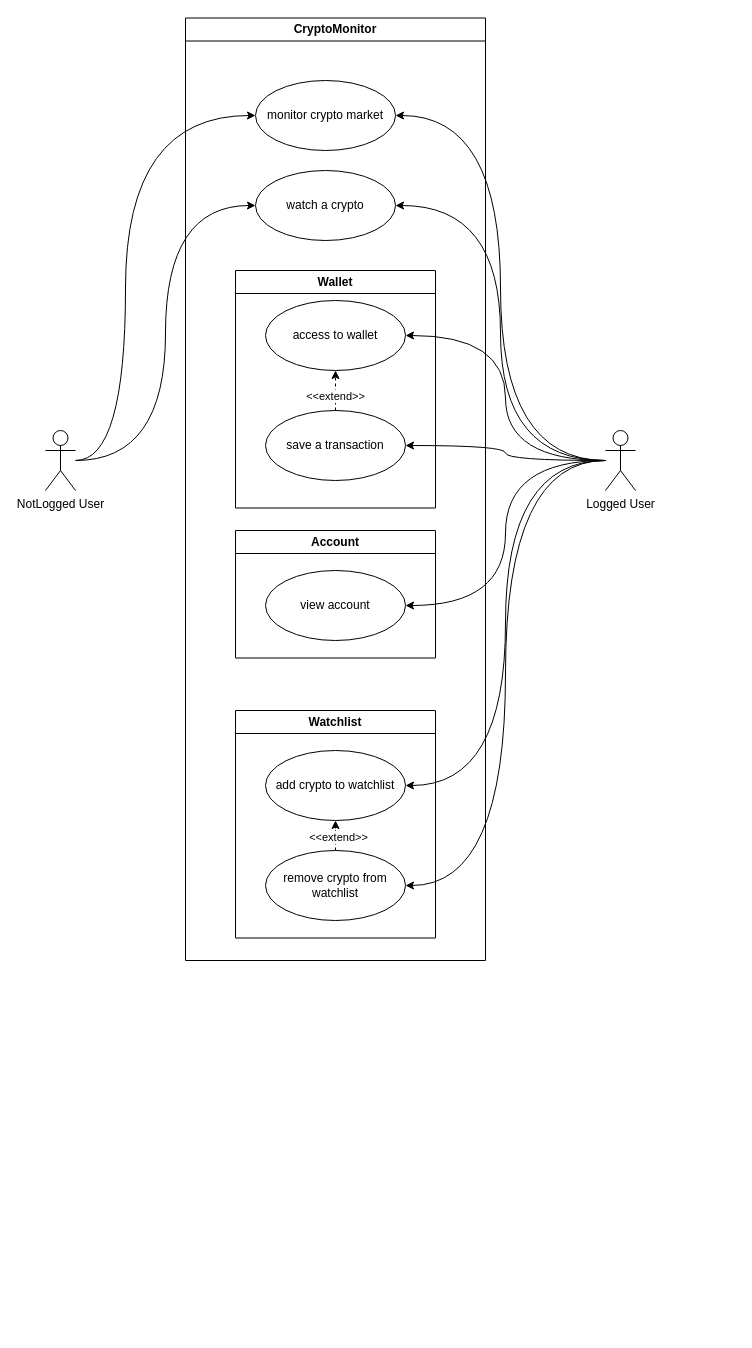
Before: diagrams/usecase/usecase-generical.drawio in CryptoMonitorASW-SPE/documentation, a draw.io diagram. Source tidied: cells renumbered, new cells numbered last; positions are measured from the earlier drawing's top-left corner, leaving out a move shared by most shapes. Both pictures are drawn from the tidied source at 100%, with x=0, y=0 at pixel (45, 18).
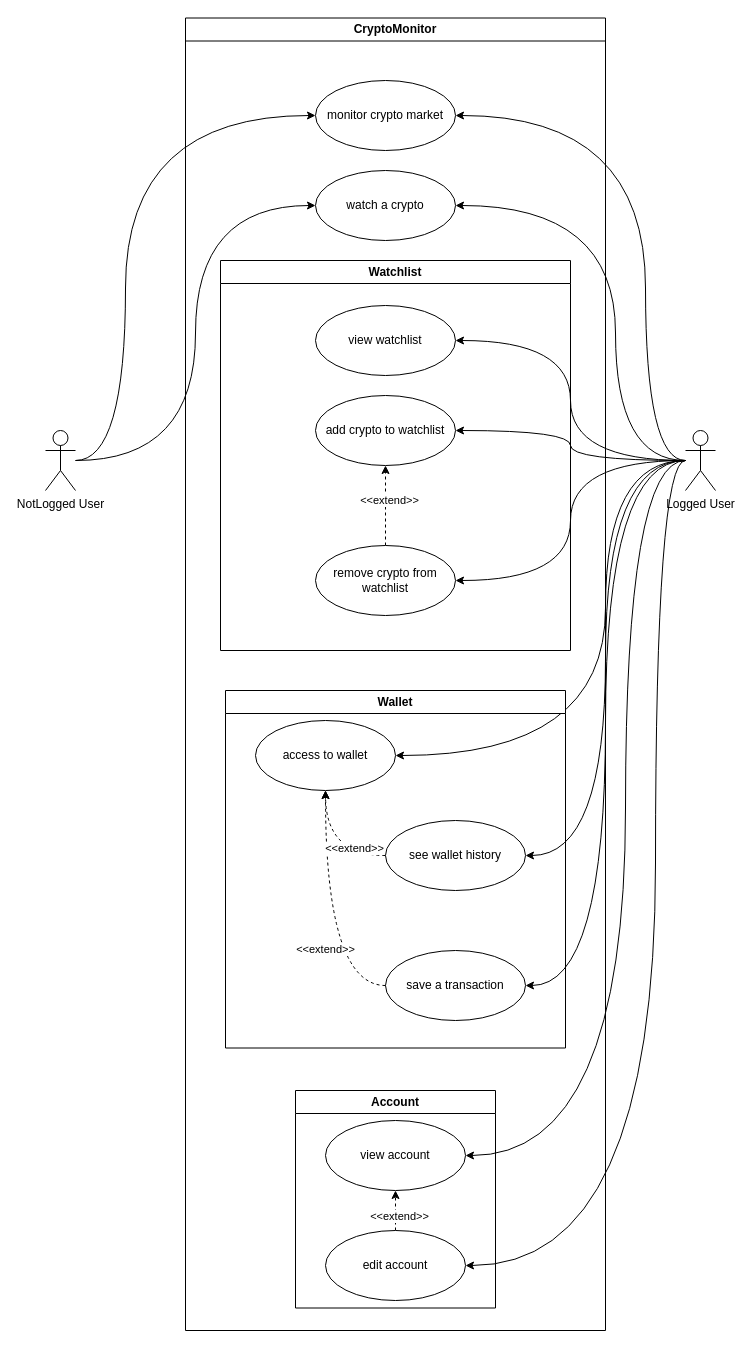
Above is the later version.

Commit message:
docs: update usecase-generical diagram

The change refers to these unchanged cells:
```xml
<mxCell id="17" value="access to wallet" style="ellipse;whiteSpace=wrap;html=1;" parent="16" vertex="1">
  <mxGeometry x="30" y="30" width="140" height="70" as="geometry" />
</mxCell>
<mxCell id="25" style="edgeStyle=orthogonalEdgeStyle;rounded=0;jettySize=auto;html=1;entryX=0.5;entryY=1;entryDx=0;entryDy=0;dashed=1;" parent="23" edge="1" source="27" target="24">
  <mxGeometry relative="1" as="geometry" />
</mxCell>
```

What changed in the source:
```diff
@@
+    <mxCell id="28" style="edgeStyle=orthogonalEdgeStyle;rounded=0;jettySize=auto;html=1;entryX=1;entryY=0.5;entryDx=0;entryDy=0;curved=1;" parent="1" edge="1" source="12" target="36">
+      <mxGeometry relative="1" as="geometry">
+        <Array as="points">
+          <mxPoint x="610" y="442" />
+          <mxPoint x="610" y="1247" />
+        </Array>
+      </mxGeometry>
+    </mxCell>
+    <mxCell id="9" style="edgeStyle=orthogonalEdgeStyle;rounded=0;jettySize=auto;html=1;entryX=1;entryY=0.5;entryDx=0;entryDy=0;curved=1;" parent="1" edge="1" source="12" target="22">
+      <mxGeometry relative="1" as="geometry">
+        <Array as="points">
+          <mxPoint x="580" y="442" />
+          <mxPoint x="580" y="1137" />
+        </Array>
+      </mxGeometry>
+    </mxCell>
+    <mxCell id="8" style="edgeStyle=orthogonalEdgeStyle;rounded=0;jettySize=auto;html=1;entryX=1;entryY=0.5;entryDx=0;entryDy=0;curved=1;" parent="1" edge="1" source="12" target="18">
+      <mxGeometry relative="1" as="geometry" />
+    </mxCell>
+    <mxCell id="29" style="edgeStyle=orthogonalEdgeStyle;rounded=0;jettySize=auto;html=1;entryX=1;entryY=0.5;entryDx=0;entryDy=0;curved=1;" parent="1" edge="1" source="12" target="32">
+      <mxGeometry relative="1" as="geometry" />
+    </mxCell>
+    <mxCell id="7" style="edgeStyle=orthogonalEdgeStyle;rounded=0;jettySize=auto;html=1;entryX=1;entryY=0.5;entryDx=0;entryDy=0;curved=1;" parent="1" edge="1" source="12" target="17">
+      <mxGeometry relative="1" as="geometry">
+        <Array as="points">
+          <mxPoint x="560" y="442" />
+          <mxPoint x="560" y="737" />
+        </Array>
+      </mxGeometry>
+    </mxCell>
+    <mxCell id="10" style="edgeStyle=orthogonalEdgeStyle;rounded=0;jettySize=auto;html=1;entryX=1;entryY=0.5;entryDx=0;entryDy=0;curved=1;" parent="1" edge="1" source="12" target="24">
+      <mxGeometry relative="1" as="geometry" />
+    </mxCell>
+    <mxCell id="6" style="edgeStyle=orthogonalEdgeStyle;rounded=0;jettySize=auto;html=1;entryX=1;entryY=0.5;entryDx=0;entryDy=0;curved=1;" parent="1" edge="1" source="12" target="15">
+      <mxGeometry relative="1" as="geometry">
+        <Array as="points">
+          <mxPoint x="570" y="442" />
+          <mxPoint x="570" y="187" />
+        </Array>
+      </mxGeometry>
+    </mxCell>
     <mxCell id="5" style="edgeStyle=orthogonalEdgeStyle;rounded=0;jettySize=auto;html=1;entryX=1;entryY=0.5;entryDx=0;entryDy=0;curved=1;" parent="1" edge="1" source="12" target="14">
-      <mxGeometry relative="1" as="geometry" />
+      <mxGeometry relative="1" as="geometry">
+        <Array as="points">
+          <mxPoint x="600" y="442" />
+          <mxPoint x="600" y="97" />
+        </Array>
+      </mxGeometry>
     </mxCell>
-    <mxCell id="6" style="edgeStyle=orthogonalEdgeStyle;rounded=0;jettySize=auto;html=1;entryX=1;entryY=0.5;entryDx=0;entryDy=0;curved=1;" parent="1" edge="1" source="12" target="15">
-      <mxGeometry relative="1" as="geometry" />
-    </mxCell>
-    <mxCell id="7" style="edgeStyle=orthogonalEdgeStyle;rounded=0;jettySize=auto;html=1;entryX=1;entryY=0.5;entryDx=0;entryDy=0;curved=1;" parent="1" edge="1" source="12" target="17">
-      <mxGeometry relative="1" as="geometry" />
-    </mxCell>
-    <mxCell id="8" style="edgeStyle=orthogonalEdgeStyle;rounded=0;jettySize=auto;html=1;entryX=1;entryY=0.5;entryDx=0;entryDy=0;curved=1;" parent="1" edge="1" source="12" target="18">
-      <mxGeometry relative="1" as="geometry" />
-    </mxCell>
-    <mxCell id="9" style="edgeStyle=orthogonalEdgeStyle;rounded=0;jettySize=auto;html=1;entryX=1;entryY=0.5;entryDx=0;entryDy=0;curved=1;" parent="1" edge="1" source="12" target="22">
-      <mxGeometry relative="1" as="geometry" />
-    </mxCell>
-    <mxCell id="10" style="edgeStyle=orthogonalEdgeStyle;rounded=0;jettySize=auto;html=1;entryX=1;entryY=0.5;entryDx=0;entryDy=0;curved=1;" parent="1" edge="1" source="12" target="24">
-      <mxGeometry relative="1" as="geometry" />
-    </mxCell>
@@
+    <mxCell id="30" style="edgeStyle=orthogonalEdgeStyle;rounded=0;jettySize=auto;html=1;entryX=1;entryY=0.5;entryDx=0;entryDy=0;curved=1;" parent="1" edge="1" source="12" target="38">
+      <mxGeometry relative="1" as="geometry" />
+    </mxCell>
     <mxCell id="12" value="Logged User" style="shape=umlActor;html=1;verticalLabelPosition=bottom;verticalAlign=top;align=center;" parent="1" vertex="1">
-      <mxGeometry x="560" y="412" width="30" height="60" as="geometry" />
+      <mxGeometry x="640" y="412" width="30" height="60" as="geometry" />
     </mxCell>
     <mxCell id="13" value="CryptoMonitor" style="swimlane;whiteSpace=wrap;html=1;" parent="1" vertex="1">
-      <mxGeometry x="140" y="-0.5" width="300" height="942.5" as="geometry" />
+      <mxGeometry x="140" y="-0.5" width="420" height="1312.5" as="geometry" />
     </mxCell>
     <mxCell id="14" value="monitor crypto market" style="ellipse;whiteSpace=wrap;html=1;" parent="13" vertex="1">
-      <mxGeometry x="70" y="62.5" width="140" height="70" as="geometry" />
+      <mxGeometry x="130" y="62.5" width="140" height="70" as="geometry" />
     </mxCell>
     <mxCell id="15" value="watch a crypto" style="ellipse;whiteSpace=wrap;html=1;" parent="13" vertex="1">
-      <mxGeometry x="70" y="152.5" width="140" height="70" as="geometry" />
+      <mxGeometry x="130" y="152.5" width="140" height="70" as="geometry" />
     </mxCell>
     <mxCell id="16" value="Wallet" style="swimlane;whiteSpace=wrap;html=1;" parent="13" vertex="1">
-      <mxGeometry x="50" y="252.5" width="200" height="237.5" as="geometry" />
+      <mxGeometry x="40" y="672.5" width="340" height="357.5" as="geometry" />
     </mxCell>
@@
     <mxCell id="18" value="save a transaction" style="ellipse;whiteSpace=wrap;html=1;" parent="16" vertex="1">
-      <mxGeometry x="30" y="140" width="140" height="70" as="geometry" />
+      <mxGeometry x="160" y="260" width="140" height="70" as="geometry" />
     </mxCell>
-    <mxCell id="19" style="edgeStyle=orthogonalEdgeStyle;rounded=0;jettySize=auto;html=1;entryX=0.5;entryY=1;entryDx=0;entryDy=0;strokeColor=default;dashed=1;" parent="16" edge="1" source="18" target="17">
+    <mxCell id="19" style="edgeStyle=orthogonalEdgeStyle;rounded=0;jettySize=auto;html=1;entryX=0.5;entryY=1;entryDx=0;entryDy=0;strokeColor=default;dashed=1;curved=1;exitX=0;exitY=0.5;exitDx=0;exitDy=0;" parent="16" edge="1" source="18" target="17">
       <mxGeometry relative="1" as="geometry" />
     </mxCell>
@@
+    <mxCell id="31" style="edgeStyle=orthogonalEdgeStyle;rounded=0;jettySize=auto;html=1;exitX=0;exitY=0.5;exitDx=0;exitDy=0;dashed=1;curved=1;" parent="16" edge="1" source="32">
+      <mxGeometry relative="1" as="geometry">
+        <mxPoint x="100" y="100" as="targetPoint" />
+      </mxGeometry>
+    </mxCell>
+    <mxCell id="32" value="see wallet history" style="ellipse;whiteSpace=wrap;html=1;" parent="16" vertex="1">
+      <mxGeometry x="160" y="130" width="140" height="70" as="geometry" />
+    </mxCell>
+    <mxCell id="33" value="&amp;lt;&amp;lt;extend&amp;gt;&amp;gt;" style="edgeLabel;html=1;align=center;verticalAlign=middle;" parent="16" vertex="1">
+      <mxGeometry x="109" y="178.8" as="geometry">
+        <mxPoint x="19" y="-21" as="offset" />
+      </mxGeometry>
+    </mxCell>
     <mxCell id="21" value="Account" style="swimlane;whiteSpace=wrap;html=1;" parent="13" vertex="1">
-      <mxGeometry x="50" y="512.5" width="200" height="127.5" as="geometry" />
+      <mxGeometry x="110" y="1072.5" width="200" height="217.5" as="geometry" />
     </mxCell>
     <mxCell id="22" value="view account" style="ellipse;whiteSpace=wrap;html=1;" parent="21" vertex="1">
-      <mxGeometry x="30" y="40" width="140" height="70" as="geometry" />
+      <mxGeometry x="30" y="30" width="140" height="70" as="geometry" />
     </mxCell>
+    <mxCell id="34" style="edgeStyle=orthogonalEdgeStyle;rounded=0;jettySize=auto;html=1;exitX=0.5;exitY=0;exitDx=0;exitDy=0;entryX=0.5;entryY=1;entryDx=0;entryDy=0;dashed=1;" parent="21" edge="1" source="36" target="22">
+      <mxGeometry relative="1" as="geometry" />
+    </mxCell>
+    <mxCell id="35" value="&amp;lt;&amp;lt;extend&amp;gt;&amp;gt;" style="edgeLabel;html=1;align=center;verticalAlign=middle;" parent="34" vertex="1">
+      <mxGeometry x="-0.25" y="-3" relative="1" as="geometry" />
+    </mxCell>
+    <mxCell id="36" value="edit account" style="ellipse;whiteSpace=wrap;html=1;" parent="21" vertex="1">
+      <mxGeometry x="30" y="140" width="140" height="70" as="geometry" />
+    </mxCell>
     <mxCell id="23" value="Watchlist" style="swimlane;whiteSpace=wrap;html=1;" parent="13" vertex="1">
-      <mxGeometry x="50" y="692.5" width="200" height="227.5" as="geometry" />
+      <mxGeometry x="35" y="242.5" width="350" height="390" as="geometry" />
     </mxCell>
     <mxCell id="24" value="add crypto to watchlist" style="ellipse;whiteSpace=wrap;html=1;" parent="23" vertex="1">
-      <mxGeometry x="30" y="40" width="140" height="70" as="geometry" />
+      <mxGeometry x="95" y="135" width="140" height="70" as="geometry" />
     </mxCell>
@@
-    <mxCell id="26" value="&amp;lt;&amp;lt;extend&amp;gt;&amp;gt;" style="edgeLabel;html=1;align=center;verticalAlign=middle;" parent="25" vertex="1">
-      <mxGeometry x="0.05" y="2" relative="1" as="geometry" />
-    </mxCell>
+    <mxCell id="37" value="&amp;lt;&amp;lt;extend&amp;gt;&amp;gt;" style="edgeLabel;html=1;align=center;verticalAlign=middle;" parent="25" vertex="1">
+      <mxGeometry x="0.15" y="-3" relative="1" as="geometry" />
+    </mxCell>
     <mxCell id="27" value="remove crypto from watchlist" style="ellipse;whiteSpace=wrap;html=1;" parent="23" vertex="1">
-      <mxGeometry x="30" y="140" width="140" height="70" as="geometry" />
+      <mxGeometry x="95" y="285" width="140" height="70" as="geometry" />
     </mxCell>
+    <mxCell id="38" value="view watchlist" style="ellipse;whiteSpace=wrap;html=1;" parent="23" vertex="1">
+      <mxGeometry x="95" y="45" width="140" height="70" as="geometry" />
+    </mxCell>
```
